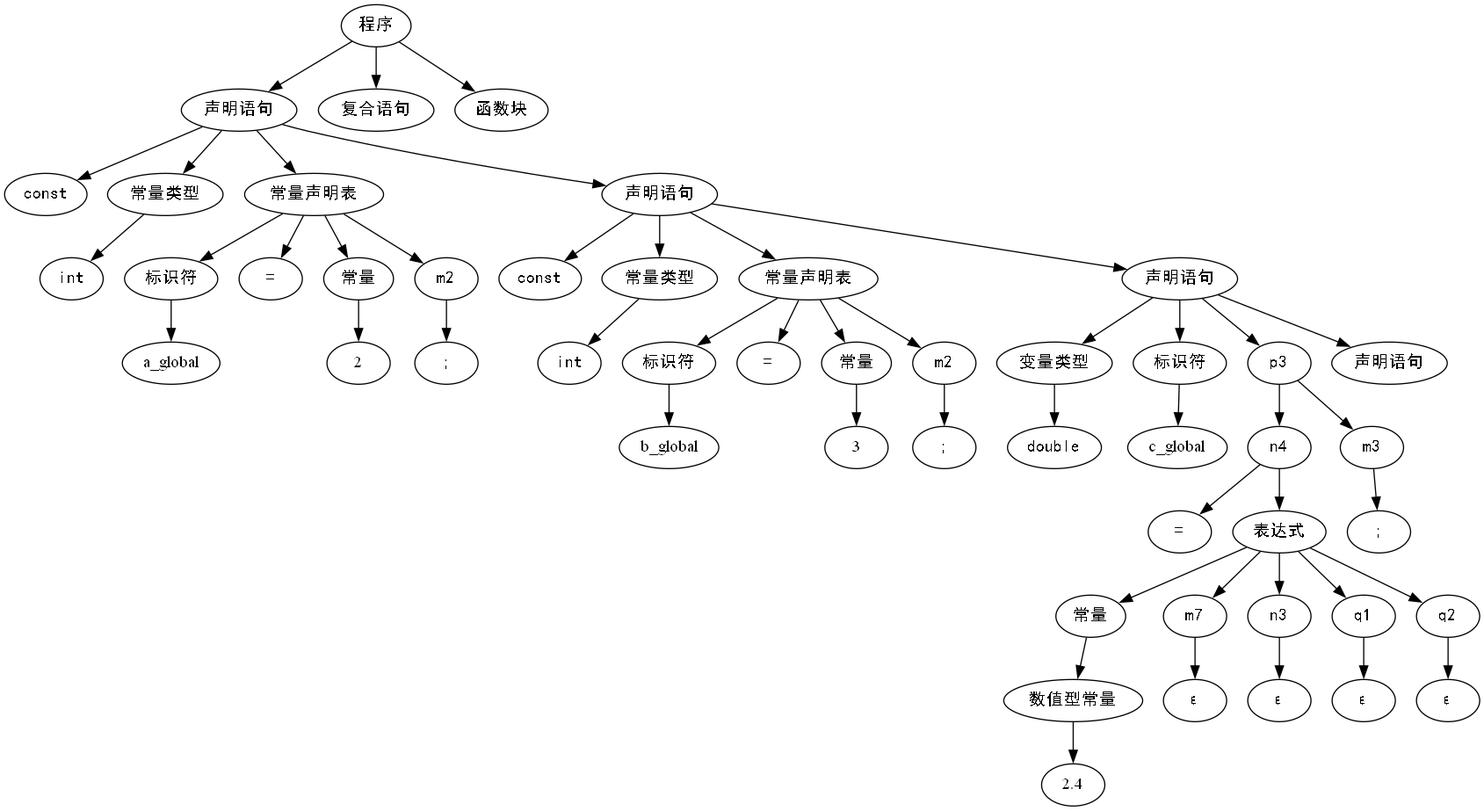
The Graphviz diagram Syntax_Tree/tree.gv.png in hutao99/compiler, before a commit. Its source is kept beside it as Syntax_Tree/tree.gv.
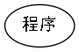
The same diagram one commit later.

Change to the diagram source:
```diff
@@ -1,101 +1,3 @@
 digraph "./Syntax_Tree/tree" {
 	0 [label="程序" fontname=SimHei]
-	1 [label="声明语句" fontname=SimHei]
-	0 -> 1
-	2 [label=const fontname=SimHei]
-	1 -> 2
-	3 [label="常量类型" fontname=SimHei]
-	1 -> 3
-	4 [label=int fontname=SimHei]
-	3 -> 4
-	5 [label="常量声明表" fontname=SimHei]
-	1 -> 5
-	6 [label="标识符" fontname=SimHei]
-	5 -> 6
-	7 [label=a_global]
-	6 -> 7
-	8 [label="=" fontname=SimHei]
-	5 -> 8
-	9 [label="常量" fontname=SimHei]
-	5 -> 9
-	10 [label=2]
-	9 -> 10
-	11 [label=m2 fontname=SimHei]
-	5 -> 11
-	12 [label=";" fontname=SimHei]
-	11 -> 12
-	13 [label="声明语句" fontname=SimHei]
-	1 -> 13
-	14 [label=const fontname=SimHei]
-	13 -> 14
-	15 [label="常量类型" fontname=SimHei]
-	13 -> 15
-	16 [label=int fontname=SimHei]
-	15 -> 16
-	17 [label="常量声明表" fontname=SimHei]
-	13 -> 17
-	18 [label="标识符" fontname=SimHei]
-	17 -> 18
-	19 [label=b_global]
-	18 -> 19
-	20 [label="=" fontname=SimHei]
-	17 -> 20
-	21 [label="常量" fontname=SimHei]
-	17 -> 21
-	22 [label=3]
-	21 -> 22
-	23 [label=m2 fontname=SimHei]
-	17 -> 23
-	24 [label=";" fontname=SimHei]
-	23 -> 24
-	25 [label="声明语句" fontname=SimHei]
-	13 -> 25
-	26 [label="变量类型" fontname=SimHei]
-	25 -> 26
-	27 [label=double fontname=SimHei]
-	26 -> 27
-	28 [label="标识符" fontname=SimHei]
-	25 -> 28
-	29 [label=c_global]
-	28 -> 29
-	30 [label=p3 fontname=SimHei]
-	25 -> 30
-	31 [label=n4 fontname=SimHei]
-	30 -> 31
-	32 [label="=" fontname=SimHei]
-	31 -> 32
-	33 [label="表达式" fontname=SimHei]
-	31 -> 33
-	34 [label="常量" fontname=SimHei]
-	33 -> 34
-	35 [label="数值型常量" fontname=SimHei]
-	34 -> 35
-	36 [label=2.4]
-	35 -> 36
-	37 [label=m7 fontname=SimHei]
-	33 -> 37
-	38 [label="ε" fontname=SimHei]
-	37 -> 38
-	39 [label=n3 fontname=SimHei]
-	33 -> 39
-	40 [label="ε" fontname=SimHei]
-	39 -> 40
-	41 [label=q1 fontname=SimHei]
-	33 -> 41
-	42 [label="ε" fontname=SimHei]
-	41 -> 42
-	43 [label=q2 fontname=SimHei]
-	33 -> 43
-	44 [label="ε" fontname=SimHei]
-	43 -> 44
-	45 [label=m3 fontname=SimHei]
-	30 -> 45
-	46 [label=";" fontname=SimHei]
-	45 -> 46
-	47 [label="声明语句" fontname=SimHei]
-	25 -> 47
-	48 [label="复合语句" fontname=SimHei]
-	0 -> 48
-	49 [label="函数块" fontname=SimHei]
-	0 -> 49
 }
```
